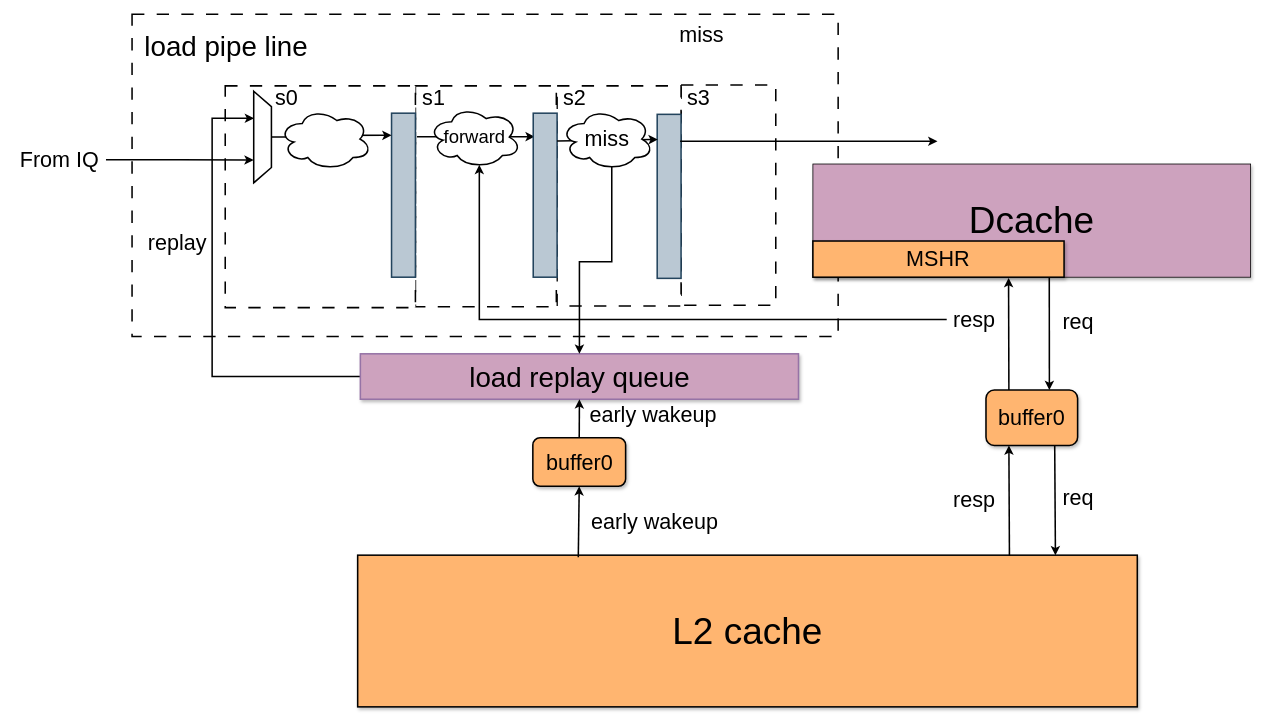
The draw.io diagram l1_miss_l2_hit_pipeline.drawio in happy-lx/drawio, before the edit. Source tidied: cells renumbered, new cells numbered last; positions are measured from the earlier drawing's top-left corner, leaving out a move shared by most shapes. Both pictures are drawn from the tidied source at 77%, with x=0, y=0 at pixel (13, 14).
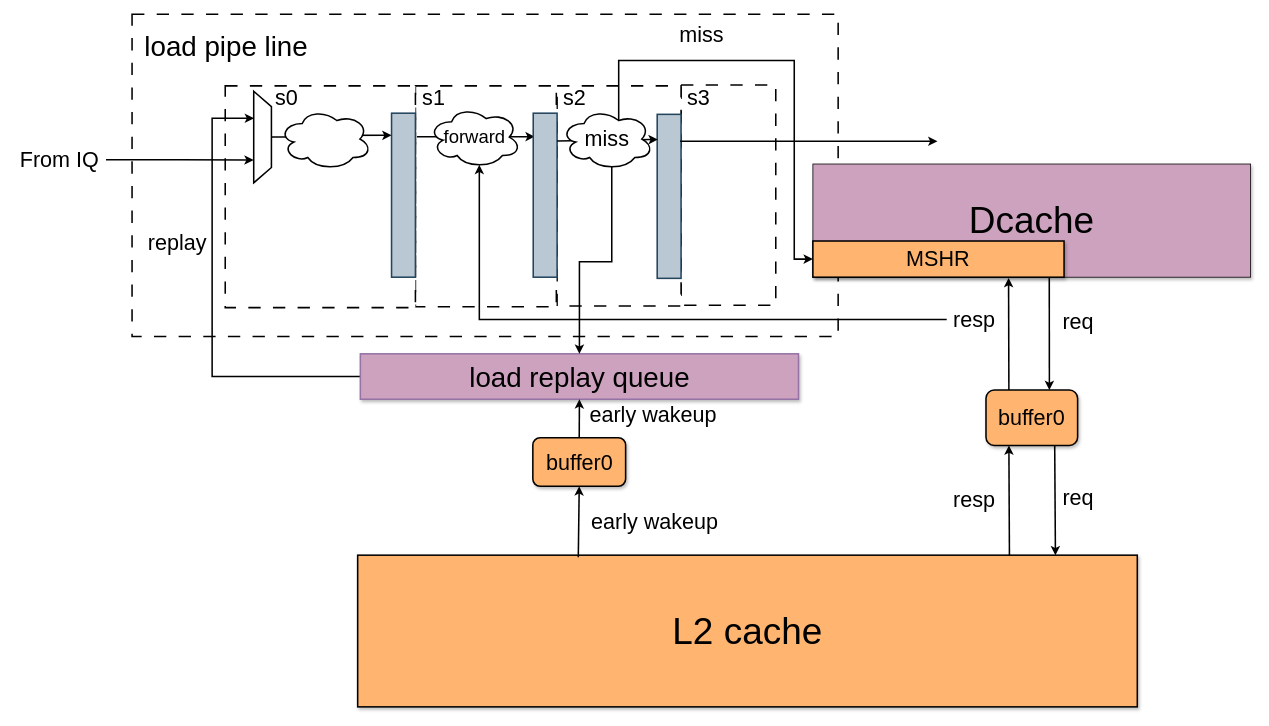
The same diagram, later.

The change refers to these unchanged cells:
```xml
<mxCell id="38" value="&lt;font style=&quot;font-size: 28px;&quot;&gt;MSHR&lt;/font&gt;" style="rounded=0;whiteSpace=wrap;html=1;strokeWidth=2;fillColor=#ffb570;shadow=1;" parent="1" vertex="1">
  <mxGeometry x="1038.2" y="294.5" width="326.2" height="47" as="geometry" />
</mxCell>
<mxCell id="46" value="&lt;font style=&quot;font-size: 28px;&quot;&gt;miss&lt;/font&gt;" style="ellipse;shape=cloud;whiteSpace=wrap;html=1;strokeWidth=2;" parent="1" vertex="1">
  <mxGeometry x="711" y="122" width="120" height="80" as="geometry" />
</mxCell>
```

Diff of the diagram source:
```diff
@@
+    <mxCell id="48" style="edgeStyle=orthogonalEdgeStyle;rounded=0;jettySize=auto;html=1;exitX=0.625;exitY=0.2;exitDx=0;exitDy=0;exitPerimeter=0;entryX=0;entryY=0.5;entryDx=0;entryDy=0;strokeWidth=2;" parent="1" edge="1" source="46" target="38">
+      <mxGeometry relative="1" as="geometry">
+        <Array as="points">
+          <mxPoint x="786" y="60" />
+          <mxPoint x="1014" y="60" />
+          <mxPoint x="1014" y="318" />
+        </Array>
+      </mxGeometry>
+    </mxCell>
```
